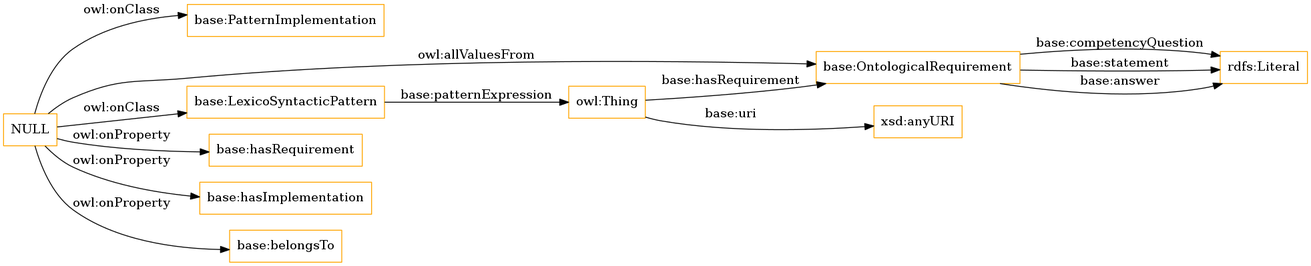
This is OnToology/ontology/ontology.owl/diagrams/ar2dtool-class/ontology.owl.png from albaizq/ontoreq-ontology, a Graphviz export, as it was before one commit. Its source is kept beside it as OnToology/ontology/ontology.owl/diagrams/ar2dtool-class/ontology.owl.png.dot. Its diagram source:
```dot
digraph ar2dtool_diagram {
rankdir=LR;
size="1501"
node [shape = rectangle, color="orange"]; "base:PatternImplementation" "base:OntologicalRequirement" "base:LexicoSyntacticPattern" ; /*classes style*/
	"NULL" -> "base:OntologicalRequirement" [ label = "owl:allValuesFrom" ];
	"NULL" -> "base:hasRequirement" [ label = "owl:onProperty" ];
	"NULL" -> "base:PatternImplementation" [ label = "owl:onClass" ];
	"NULL" -> "base:hasImplementation" [ label = "owl:onProperty" ];
	"NULL" -> "base:LexicoSyntacticPattern" [ label = "owl:onClass" ];
	"NULL" -> "base:belongsTo" [ label = "owl:onProperty" ];
	"owl:Thing" -> "base:OntologicalRequirement" [ label = "base:hasRequirement" ];
	"base:LexicoSyntacticPattern" -> "owl:Thing" [ label = "base:patternExpression" ];
	"base:OntologicalRequirement" -> "rdfs:Literal" [ label = "base:competencyQuestion" ];
	"base:OntologicalRequirement" -> "rdfs:Literal" [ label = "base:statement" ];
	"owl:Thing" -> "xsd:anyURI" [ label = "base:uri" ];
	"base:OntologicalRequirement" -> "rdfs:Literal" [ label = "base:answer" ];

}
```
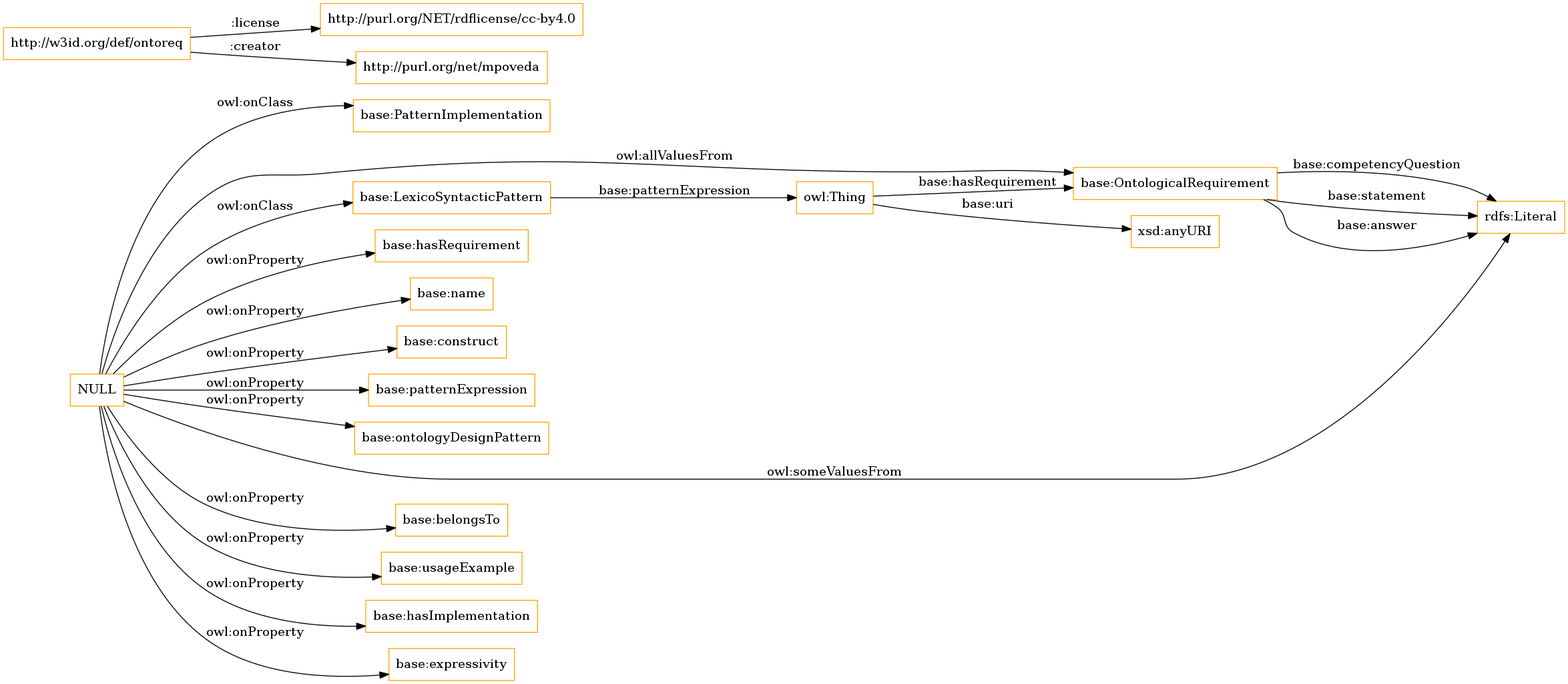
The same diagram one commit later.

The edit, as a diff of the source:
```diff
@@ -2,12 +2,21 @@
 rankdir=LR;
 size="1501"
 node [shape = rectangle, color="orange"]; "base:PatternImplementation" "base:OntologicalRequirement" "base:LexicoSyntacticPattern" ; /*classes style*/
+	"http://w3id.org/def/ontoreq" -> "http://purl.org/NET/rdflicense/cc-by4.0" [ label = ":license" ];
+	"http://w3id.org/def/ontoreq" -> "http://purl.org/net/mpoveda" [ label = ":creator" ];
+	"NULL" -> "base:hasRequirement" [ label = "owl:onProperty" ];
+	"NULL" -> "base:name" [ label = "owl:onProperty" ];
+	"NULL" -> "base:construct" [ label = "owl:onProperty" ];
+	"NULL" -> "base:patternExpression" [ label = "owl:onProperty" ];
+	"NULL" -> "base:ontologyDesignPattern" [ label = "owl:onProperty" ];
+	"NULL" -> "rdfs:Literal" [ label = "owl:someValuesFrom" ];
+	"NULL" -> "base:belongsTo" [ label = "owl:onProperty" ];
+	"NULL" -> "base:PatternImplementation" [ label = "owl:onClass" ];
+	"NULL" -> "base:usageExample" [ label = "owl:onProperty" ];
 	"NULL" -> "base:OntologicalRequirement" [ label = "owl:allValuesFrom" ];
-	"NULL" -> "base:hasRequirement" [ label = "owl:onProperty" ];
-	"NULL" -> "base:PatternImplementation" [ label = "owl:onClass" ];
 	"NULL" -> "base:hasImplementation" [ label = "owl:onProperty" ];
+	"NULL" -> "base:expressivity" [ label = "owl:onProperty" ];
 	"NULL" -> "base:LexicoSyntacticPattern" [ label = "owl:onClass" ];
-	"NULL" -> "base:belongsTo" [ label = "owl:onProperty" ];
 	"owl:Thing" -> "base:OntologicalRequirement" [ label = "base:hasRequirement" ];
 	"base:LexicoSyntacticPattern" -> "owl:Thing" [ label = "base:patternExpression" ];
 	"base:OntologicalRequirement" -> "rdfs:Literal" [ label = "base:competencyQuestion" ];
```
